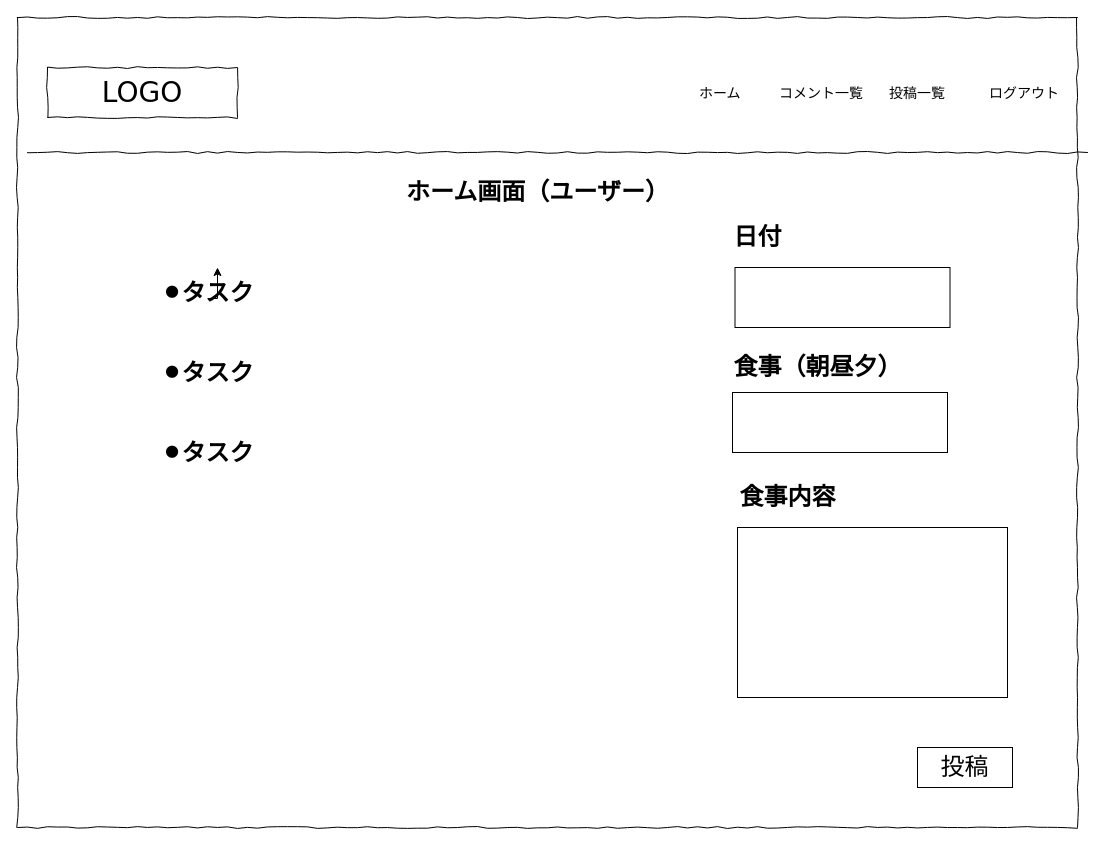
Earlier version of the draw.io diagram page "ホーム画面" (4 of 6) of 名称未設定ファイル.drawio (vermouthA28/-Meal_guidance_todo). Source tidied: cells renumbered, new cells numbered last; positions are measured from the earlier drawing's top-left corner, leaving out a move shared by most shapes. Both pictures are drawn from the tidied source at 100%, with x=0, y=0 at pixel (17, 17).
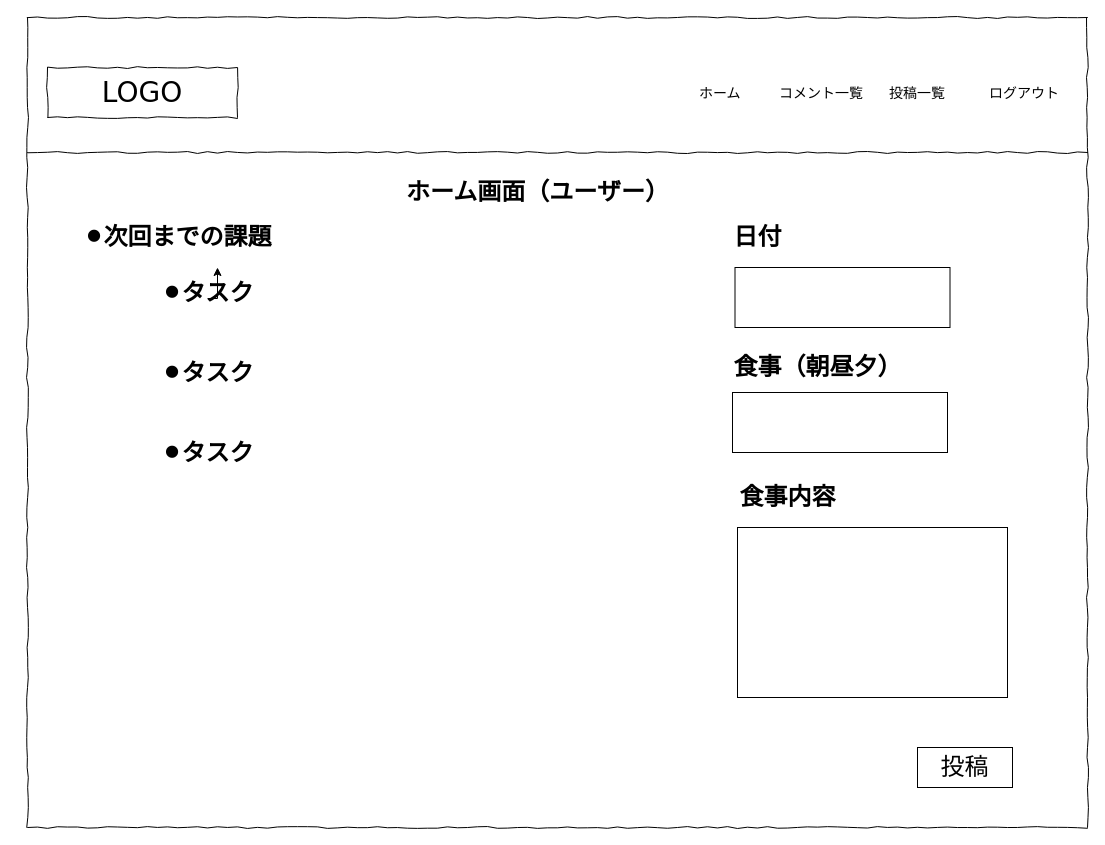
The same diagram, later.

Change to the diagram source:
```diff
@@
     <mxCell id="2" style="whiteSpace=wrap;html=1;rounded=0;shadow=0;labelBackgroundColor=none;strokeColor=#000000;strokeWidth=1;fillColor=none;fontFamily=Verdana;fontSize=12;fontColor=#000000;align=center;comic=1;" parent="1" vertex="1">
-      <mxGeometry width="1060" height="810" as="geometry" />
+      <mxGeometry x="10" width="1060" height="810" as="geometry" />
     </mxCell>
@@
+    <mxCell id="21" value="⚫︎次回までの課題" style="text;strokeColor=none;fillColor=none;html=1;fontSize=24;fontStyle=1;verticalAlign=middle;align=center;" parent="1" vertex="1">
+      <mxGeometry x="110" y="200" width="100" height="40" as="geometry" />
+    </mxCell>
```
